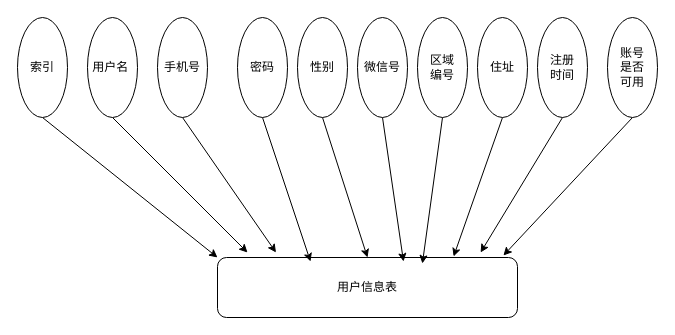
xiaomengxin123/pic keeps this draw.io diagram as 未命名绘图.drawio. Above is the earlier version. Source tidied: cells renumbered, new cells numbered last; positions are measured from the earlier drawing's top-left corner, leaving out a move shared by most shapes. Both pictures are drawn from the tidied source at 100%, with x=0, y=0 at pixel (17, 17).
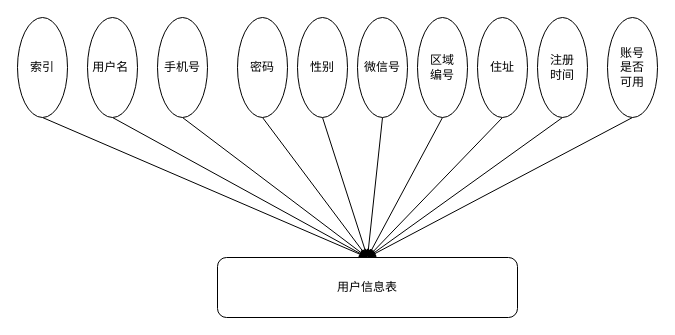
The same diagram, later.

Commit message (it also covers changes not shown here):
更新未命名绘图.drawio

The change refers to these unchanged cells:
```xml
<mxCell id="2" value="用户信息表" style="rounded=1;whiteSpace=wrap;html=1;" parent="1" vertex="1">
  <mxGeometry x="200" y="240" width="300" height="60" as="geometry" />
</mxCell>
<mxCell id="4" value="索引" style="ellipse;whiteSpace=wrap;html=1;direction=south;" parent="1" vertex="1">
  <mxGeometry width="50" height="100" as="geometry" />
</mxCell>
<mxCell id="6" value="用户名&lt;span style=&quot;white-space: pre;&quot;&gt; &lt;/span&gt;" style="ellipse;whiteSpace=wrap;html=1;direction=south;" parent="1" vertex="1">
  <mxGeometry x="70" width="50" height="100" as="geometry" />
</mxCell>
<mxCell id="8" value="手机号" style="ellipse;whiteSpace=wrap;html=1;direction=south;" parent="1" vertex="1">
  <mxGeometry x="140" width="50" height="100" as="geometry" />
</mxCell>
<mxCell id="10" value="密码" style="ellipse;whiteSpace=wrap;html=1;direction=south;" parent="1" vertex="1">
  <mxGeometry x="220" width="50" height="100" as="geometry" />
</mxCell>
<mxCell id="12" value="性别" style="ellipse;whiteSpace=wrap;html=1;direction=south;" parent="1" vertex="1">
  <mxGeometry x="280" width="50" height="100" as="geometry" />
</mxCell>
<mxCell id="14" value="微信号" style="ellipse;whiteSpace=wrap;html=1;direction=south;" parent="1" vertex="1">
  <mxGeometry x="340" width="50" height="100" as="geometry" />
</mxCell>
<mxCell id="16" value="区域&lt;br&gt;编号" style="ellipse;whiteSpace=wrap;html=1;direction=south;" parent="1" vertex="1">
  <mxGeometry x="400" width="50" height="100" as="geometry" />
</mxCell>
<mxCell id="18" value="住址" style="ellipse;whiteSpace=wrap;html=1;direction=south;" parent="1" vertex="1">
  <mxGeometry x="460" width="50" height="100" as="geometry" />
</mxCell>
<mxCell id="20" value="注册&lt;br&gt;时间" style="ellipse;whiteSpace=wrap;html=1;direction=south;" parent="1" vertex="1">
  <mxGeometry x="520" width="50" height="100" as="geometry" />
</mxCell>
<mxCell id="22" value="账号&lt;br&gt;是否&lt;br&gt;可用" style="ellipse;whiteSpace=wrap;html=1;direction=south;" parent="1" vertex="1">
  <mxGeometry x="590" width="50" height="100" as="geometry" />
</mxCell>
```

Change to the diagram source:
```diff
@@
-<mxGraphModel>
+<mxGraphModel background="#FFFFFF">
@@
-    <mxCell id="3" style="rounded=0;jettySize=auto;html=1;exitX=1;exitY=0.5;exitDx=0;exitDy=0;entryX=0;entryY=0;entryDx=0;entryDy=0;" parent="1" edge="1" source="4" target="2">
+    <mxCell id="3" style="rounded=0;jettySize=auto;html=1;exitX=1;exitY=0.5;exitDx=0;exitDy=0;entryX=0.5;entryY=0;entryDx=0;entryDy=0;" parent="1" edge="1" source="4" target="2">
       <mxGeometry relative="1" as="geometry" />
     </mxCell>
@@
-    <mxCell id="5" style="rounded=0;jettySize=auto;html=1;exitX=1;exitY=0.5;exitDx=0;exitDy=0;entryX=0.1;entryY=-0.083;entryDx=0;entryDy=0;entryPerimeter=0;" parent="1" edge="1" source="6" target="2">
-      <mxGeometry relative="1" as="geometry" />
-    </mxCell>
+    <mxCell id="23" style="rounded=0;jettySize=auto;html=1;exitX=1;exitY=0.5;exitDx=0;exitDy=0;" parent="1" edge="1" source="6">
+      <mxGeometry relative="1" as="geometry">
+        <mxPoint x="350" y="240" as="targetPoint" />
+      </mxGeometry>
+    </mxCell>
@@
-    <mxCell id="7" style="rounded=0;jettySize=auto;html=1;exitX=1;exitY=0.5;exitDx=0;exitDy=0;entryX=0.195;entryY=-0.083;entryDx=0;entryDy=0;entryPerimeter=0;" parent="1" edge="1" source="8" target="2">
-      <mxGeometry relative="1" as="geometry" />
-    </mxCell>
+    <mxCell id="24" style="rounded=0;jettySize=auto;html=1;exitX=1;exitY=0.5;exitDx=0;exitDy=0;" parent="1" edge="1" source="8">
+      <mxGeometry relative="1" as="geometry">
+        <mxPoint x="350" y="240" as="targetPoint" />
+      </mxGeometry>
+    </mxCell>
@@
-    <mxCell id="9" style="rounded=0;jettySize=auto;html=1;exitX=1;exitY=0.5;exitDx=0;exitDy=0;entryX=0.31;entryY=0.067;entryDx=0;entryDy=0;entryPerimeter=0;" parent="1" edge="1" source="10" target="2">
-      <mxGeometry relative="1" as="geometry" />
-    </mxCell>
+    <mxCell id="25" style="rounded=0;jettySize=auto;html=1;exitX=1;exitY=0.5;exitDx=0;exitDy=0;" parent="1" edge="1" source="10">
+      <mxGeometry relative="1" as="geometry">
+        <mxPoint x="350" y="240" as="targetPoint" />
+      </mxGeometry>
+    </mxCell>
@@
-    <mxCell id="11" style="rounded=0;jettySize=auto;html=1;exitX=1;exitY=0.5;exitDx=0;exitDy=0;entryX=0.5;entryY=0;entryDx=0;entryDy=0;" parent="1" edge="1" source="12" target="2">
-      <mxGeometry relative="1" as="geometry" />
-    </mxCell>
+    <mxCell id="26" style="rounded=0;jettySize=auto;html=1;exitX=1;exitY=0.5;exitDx=0;exitDy=0;" parent="1" edge="1" source="12">
+      <mxGeometry relative="1" as="geometry">
+        <mxPoint x="350" y="240" as="targetPoint" />
+      </mxGeometry>
+    </mxCell>
@@
-    <mxCell id="13" style="rounded=0;jettySize=auto;html=1;exitX=1;exitY=0.5;exitDx=0;exitDy=0;entryX=0.62;entryY=0.067;entryDx=0;entryDy=0;entryPerimeter=0;" parent="1" edge="1" source="14" target="2">
-      <mxGeometry relative="1" as="geometry" />
-    </mxCell>
+    <mxCell id="27" style="rounded=0;jettySize=auto;html=1;exitX=1;exitY=0.5;exitDx=0;exitDy=0;" parent="1" edge="1" source="14">
+      <mxGeometry relative="1" as="geometry">
+        <mxPoint x="350" y="240" as="targetPoint" />
+      </mxGeometry>
+    </mxCell>
@@
-    <mxCell id="15" style="rounded=0;jettySize=auto;html=1;exitX=1;exitY=0.5;exitDx=0;exitDy=0;entryX=0.683;entryY=0.1;entryDx=0;entryDy=0;entryPerimeter=0;" parent="1" edge="1" source="16" target="2">
-      <mxGeometry relative="1" as="geometry" />
-    </mxCell>
+    <mxCell id="28" style="rounded=0;jettySize=auto;html=1;exitX=1;exitY=0.5;exitDx=0;exitDy=0;" parent="1" edge="1" source="16">
+      <mxGeometry relative="1" as="geometry">
+        <mxPoint x="350" y="240" as="targetPoint" />
+      </mxGeometry>
+    </mxCell>
@@
-    <mxCell id="17" style="rounded=0;jettySize=auto;html=1;exitX=1;exitY=0.5;exitDx=0;exitDy=0;entryX=0.787;entryY=-0.017;entryDx=0;entryDy=0;entryPerimeter=0;" parent="1" edge="1" source="18" target="2">
-      <mxGeometry relative="1" as="geometry" />
-    </mxCell>
+    <mxCell id="29" style="rounded=0;jettySize=auto;html=1;exitX=1;exitY=0.5;exitDx=0;exitDy=0;" parent="1" edge="1" source="18">
+      <mxGeometry relative="1" as="geometry">
+        <mxPoint x="350" y="240" as="targetPoint" />
+      </mxGeometry>
+    </mxCell>
@@
-    <mxCell id="19" style="rounded=0;jettySize=auto;html=1;exitX=1;exitY=0.5;exitDx=0;exitDy=0;entryX=0.877;entryY=-0.083;entryDx=0;entryDy=0;entryPerimeter=0;" parent="1" edge="1" source="20" target="2">
-      <mxGeometry relative="1" as="geometry" />
-    </mxCell>
+    <mxCell id="30" style="rounded=0;jettySize=auto;html=1;exitX=1;exitY=0.5;exitDx=0;exitDy=0;" parent="1" edge="1" source="20">
+      <mxGeometry relative="1" as="geometry">
+        <mxPoint x="350" y="240" as="targetPoint" />
+      </mxGeometry>
+    </mxCell>
@@
-    <mxCell id="21" style="rounded=0;jettySize=auto;html=1;exitX=1;exitY=0.5;exitDx=0;exitDy=0;entryX=0.953;entryY=-0.033;entryDx=0;entryDy=0;entryPerimeter=0;" parent="1" edge="1" source="22" target="2">
-      <mxGeometry relative="1" as="geometry" />
-    </mxCell>
+    <mxCell id="31" style="rounded=0;jettySize=auto;html=1;exitX=1;exitY=0.5;exitDx=0;exitDy=0;" parent="1" edge="1" source="22">
+      <mxGeometry relative="1" as="geometry">
+        <mxPoint x="350" y="240" as="targetPoint" />
+      </mxGeometry>
+    </mxCell>
```
